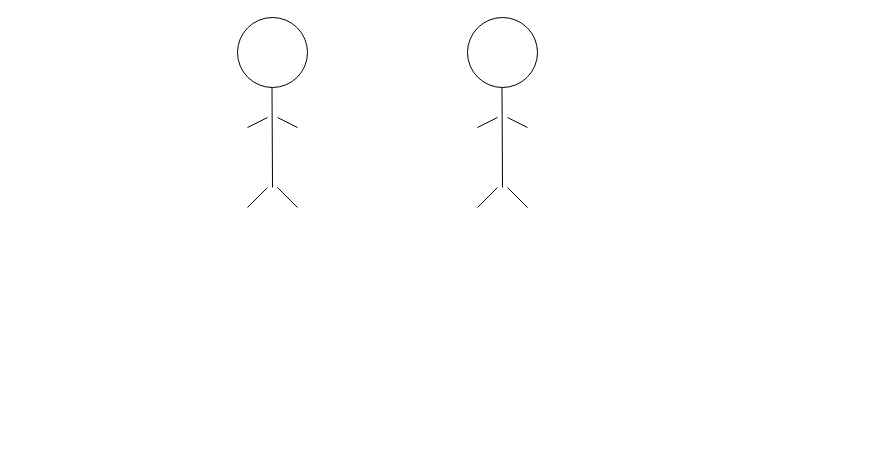
Above: IS 4460 Use Case Diagram.drawio in marielisalv/IS-4460 (draw.io), before the change. Source tidied: cells renumbered, new cells numbered last; positions are measured from the earlier drawing's top-left corner, leaving out a move shared by most shapes. Both pictures are drawn from the tidied source at 100%, with x=0, y=0 at pixel (237, 17).
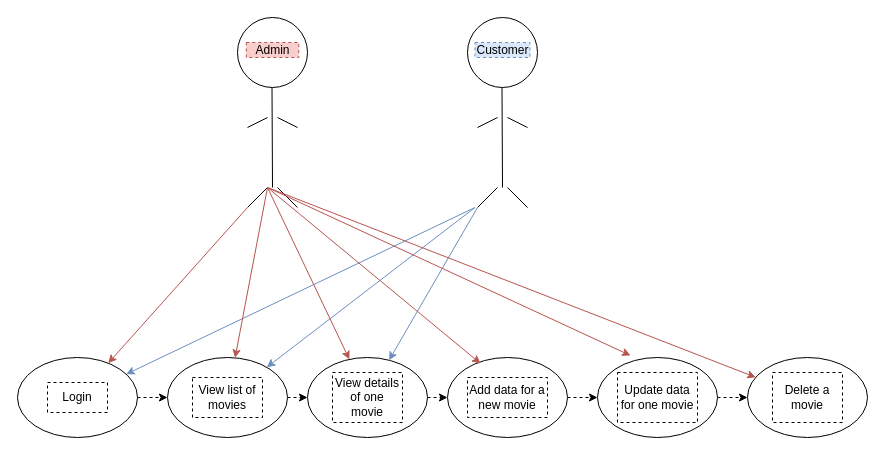
After the change.

What changed in the source:
```diff
@@
+    <mxCell id="14" style="ellipse;whiteSpace=wrap;html=1;" parent="1" vertex="1">
+      <mxGeometry x="510" y="340" width="120" height="80" as="geometry" />
+    </mxCell>
+    <mxCell id="15" style="edgeStyle=orthogonalEdgeStyle;rounded=0;jettySize=auto;html=1;exitX=1;exitY=0.5;exitDx=0;exitDy=0;entryX=0;entryY=0.5;entryDx=0;entryDy=0;dashed=1;" parent="1" edge="1" source="16" target="14">
+      <mxGeometry relative="1" as="geometry" />
+    </mxCell>
+    <mxCell id="16" style="ellipse;whiteSpace=wrap;html=1;" parent="1" vertex="1">
+      <mxGeometry x="360" y="340" width="120" height="80" as="geometry" />
+    </mxCell>
+    <mxCell id="17" style="edgeStyle=orthogonalEdgeStyle;rounded=0;jettySize=auto;html=1;exitX=1;exitY=0.5;exitDx=0;exitDy=0;entryX=0;entryY=0.5;entryDx=0;entryDy=0;dashed=1;" parent="1" edge="1" source="18" target="16">
+      <mxGeometry relative="1" as="geometry" />
+    </mxCell>
+    <mxCell id="18" style="ellipse;whiteSpace=wrap;html=1;" parent="1" vertex="1">
+      <mxGeometry x="210" y="340" width="120" height="80" as="geometry" />
+    </mxCell>
+    <mxCell id="19" style="edgeStyle=orthogonalEdgeStyle;rounded=0;jettySize=auto;html=1;exitX=1;exitY=0.5;exitDx=0;exitDy=0;entryX=0;entryY=0.5;entryDx=0;entryDy=0;dashed=1;" parent="1" edge="1" source="20" target="18">
+      <mxGeometry relative="1" as="geometry" />
+    </mxCell>
+    <mxCell id="20" style="ellipse;whiteSpace=wrap;html=1;" parent="1" vertex="1">
+      <mxGeometry x="70" y="340" width="120" height="80" as="geometry" />
+    </mxCell>
+    <mxCell id="21" style="edgeStyle=orthogonalEdgeStyle;rounded=0;jettySize=auto;html=1;exitX=1;exitY=0.5;exitDx=0;exitDy=0;entryX=0;entryY=0.5;entryDx=0;entryDy=0;dashed=1;" parent="1" edge="1" source="22" target="20">
+      <mxGeometry relative="1" as="geometry" />
+    </mxCell>
+    <mxCell id="22" style="ellipse;whiteSpace=wrap;html=1;" parent="1" vertex="1">
+      <mxGeometry x="-70" y="340" width="120" height="80" as="geometry" />
+    </mxCell>
+    <mxCell id="23" style="edgeStyle=orthogonalEdgeStyle;rounded=0;jettySize=auto;html=1;exitX=1;exitY=0.5;exitDx=0;exitDy=0;entryX=0;entryY=0.5;entryDx=0;entryDy=0;dashed=1;" parent="1" edge="1" source="24" target="22">
+      <mxGeometry relative="1" as="geometry" />
+    </mxCell>
+    <mxCell id="24" style="ellipse;whiteSpace=wrap;html=1;" parent="1" vertex="1">
+      <mxGeometry x="-220" y="340" width="120" height="80" as="geometry" />
+    </mxCell>
+    <mxCell id="25" value="Customer" style="rounded=0;whiteSpace=wrap;html=1;fillColor=#dae8fc;strokeColor=#6c8ebf;dashed=1;" parent="1" vertex="1">
+      <mxGeometry x="237.5" y="25" width="55" height="15" as="geometry" />
+    </mxCell>
+    <mxCell id="26" value="Admin" style="rounded=0;whiteSpace=wrap;html=1;fillColor=#f8cecc;strokeColor=#b85450;dashed=1;" parent="1" vertex="1">
+      <mxGeometry x="8.8" y="25" width="52.5" height="15" as="geometry" />
+    </mxCell>
+    <mxCell id="27" style="endArrow=classic;html=1;rounded=0;fillColor=#dae8fc;strokeColor=#6c8ebf;" parent="1" edge="1" target="24">
+      <mxGeometry relative="1" as="geometry">
+        <mxPoint x="237.5" y="190" as="sourcePoint" />
+      </mxGeometry>
+    </mxCell>
+    <mxCell id="28" style="endArrow=classic;html=1;rounded=0;fillColor=#dae8fc;strokeColor=#6c8ebf;" parent="1" edge="1" target="22">
+      <mxGeometry relative="1" as="geometry">
+        <mxPoint x="237.5" y="190" as="sourcePoint" />
+      </mxGeometry>
+    </mxCell>
+    <mxCell id="29" style="endArrow=classic;html=1;rounded=0;fillColor=#dae8fc;strokeColor=#6c8ebf;" parent="1" edge="1" target="20">
+      <mxGeometry relative="1" as="geometry">
+        <mxPoint x="240" y="190" as="sourcePoint" />
+      </mxGeometry>
+    </mxCell>
+    <mxCell id="30" style="endArrow=classic;html=1;rounded=0;fillColor=#f8cecc;strokeColor=#b85450;" parent="1" edge="1" target="24">
+      <mxGeometry relative="1" as="geometry">
+        <mxPoint x="10" y="190" as="sourcePoint" />
+      </mxGeometry>
+    </mxCell>
+    <mxCell id="31" style="endArrow=classic;html=1;rounded=0;fillColor=#f8cecc;strokeColor=#b85450;" parent="1" edge="1" target="22">
+      <mxGeometry relative="1" as="geometry">
+        <mxPoint x="30" y="170" as="sourcePoint" />
+      </mxGeometry>
+    </mxCell>
+    <mxCell id="32" style="endArrow=classic;html=1;rounded=0;fillColor=#f8cecc;strokeColor=#b85450;" parent="1" edge="1" target="20">
+      <mxGeometry relative="1" as="geometry">
+        <mxPoint x="30" y="170" as="sourcePoint" />
+      </mxGeometry>
+    </mxCell>
+    <mxCell id="33" style="endArrow=classic;html=1;rounded=0;entryX=0.275;entryY=0.075;entryDx=0;entryDy=0;entryPerimeter=0;fillColor=#f8cecc;strokeColor=#b85450;" parent="1" edge="1" target="18">
+      <mxGeometry relative="1" as="geometry">
+        <mxPoint x="30" y="170" as="sourcePoint" />
+      </mxGeometry>
+    </mxCell>
+    <mxCell id="34" style="endArrow=classic;html=1;rounded=0;entryX=0.275;entryY=-0.025;entryDx=0;entryDy=0;entryPerimeter=0;fillColor=#f8cecc;strokeColor=#b85450;" parent="1" edge="1" target="16">
+      <mxGeometry relative="1" as="geometry">
+        <mxPoint x="30" y="170" as="sourcePoint" />
+      </mxGeometry>
+    </mxCell>
+    <mxCell id="35" style="endArrow=classic;html=1;rounded=0;fillColor=#f8cecc;strokeColor=#b85450;" parent="1" edge="1" target="14">
+      <mxGeometry relative="1" as="geometry">
+        <mxPoint x="30" y="170" as="sourcePoint" />
+      </mxGeometry>
+    </mxCell>
+    <mxCell id="36" value="Login" style="rounded=0;whiteSpace=wrap;html=1;dashed=1;" parent="1" vertex="1">
+      <mxGeometry x="-190" y="365" width="60" height="30" as="geometry" />
+    </mxCell>
+    <mxCell id="37" value="View list of movies" style="rounded=0;whiteSpace=wrap;html=1;dashed=1;" parent="1" vertex="1">
+      <mxGeometry x="-45" y="360" width="70" height="40" as="geometry" />
+    </mxCell>
+    <mxCell id="38" value="View details of one movie" style="rounded=0;whiteSpace=wrap;html=1;dashed=1;" parent="1" vertex="1">
+      <mxGeometry x="95" y="355" width="70" height="50" as="geometry" />
+    </mxCell>
+    <mxCell id="39" value="Add data for a new movie" style="rounded=0;whiteSpace=wrap;html=1;dashed=1;" parent="1" vertex="1">
+      <mxGeometry x="230" y="360" width="80" height="40" as="geometry" />
+    </mxCell>
+    <mxCell id="40" value="Update data for one movie" style="rounded=0;whiteSpace=wrap;html=1;dashed=1;" parent="1" vertex="1">
+      <mxGeometry x="380" y="355" width="80" height="50" as="geometry" />
+    </mxCell>
+    <mxCell id="41" value="Delete a movie" style="rounded=0;whiteSpace=wrap;html=1;dashed=1;" parent="1" vertex="1">
+      <mxGeometry x="535" y="355" width="70" height="50" as="geometry" />
+    </mxCell>
```
